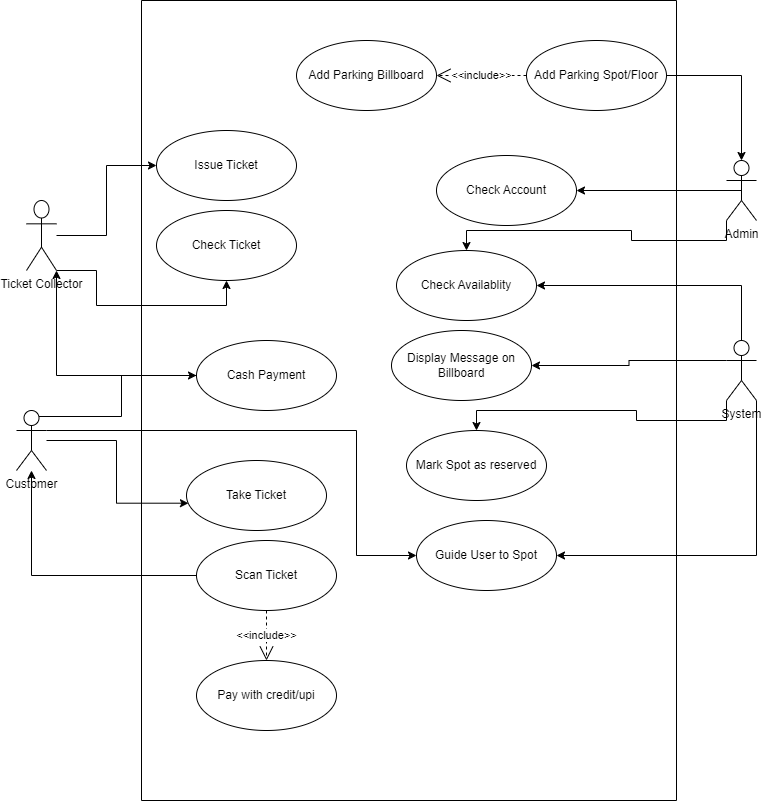
This is parking.drawio.png from vikassrathi/UML, a draw.io export, as it was before one commit. Source tidied: cells renumbered, new cells last; positions are measured from the earlier drawing's top-left corner, leaving out a move shared by most shapes. The source it was exported from:
```xml
<mxGraphModel>
  <root>
    <mxCell id="0" />
    <mxCell id="1" parent="0" />
    <mxCell id="2" style="edgeStyle=orthogonalEdgeStyle;rounded=0;jettySize=auto;html=1;entryX=0.014;entryY=0.61;entryDx=0;entryDy=0;entryPerimeter=0;" parent="1" edge="1" source="5" target="33">
      <mxGeometry relative="1" as="geometry" />
    </mxCell>
    <mxCell id="3" style="edgeStyle=orthogonalEdgeStyle;rounded=0;jettySize=auto;html=1;exitX=0.75;exitY=0.1;exitDx=0;exitDy=0;exitPerimeter=0;entryX=0;entryY=0.5;entryDx=0;entryDy=0;" parent="1" edge="1" source="5" target="34">
      <mxGeometry relative="1" as="geometry" />
    </mxCell>
    <mxCell id="4" style="edgeStyle=orthogonalEdgeStyle;rounded=0;jettySize=auto;html=1;exitX=1;exitY=0.3333333333333333;exitDx=0;exitDy=0;exitPerimeter=0;" parent="1" edge="1" source="5" target="25">
      <mxGeometry relative="1" as="geometry">
        <Array as="points">
          <mxPoint x="340" y="430" />
          <mxPoint x="340" y="555" />
        </Array>
      </mxGeometry>
    </mxCell>
    <mxCell id="5" value="Customer&lt;div&gt;&lt;br&gt;&lt;/div&gt;" style="shape=umlActor;verticalLabelPosition=bottom;verticalAlign=top;html=1;" parent="1" vertex="1">
      <mxGeometry y="410" width="30" height="60" as="geometry" />
    </mxCell>
    <mxCell id="6" value="Check Ticket" style="ellipse;whiteSpace=wrap;html=1;" parent="1" vertex="1">
      <mxGeometry x="140" y="210" width="140" height="70" as="geometry" />
    </mxCell>
    <mxCell id="7" value="Issue Ticket" style="ellipse;whiteSpace=wrap;html=1;" parent="1" vertex="1">
      <mxGeometry x="140" y="130" width="140" height="70" as="geometry" />
    </mxCell>
    <mxCell id="8" style="edgeStyle=orthogonalEdgeStyle;rounded=0;jettySize=auto;html=1;" parent="1" edge="1" source="10" target="7">
      <mxGeometry relative="1" as="geometry" />
    </mxCell>
    <mxCell id="9" style="edgeStyle=orthogonalEdgeStyle;rounded=0;jettySize=auto;html=1;exitX=1;exitY=1;exitDx=0;exitDy=0;exitPerimeter=0;" parent="1" edge="1" source="10" target="6">
      <mxGeometry relative="1" as="geometry">
        <Array as="points">
          <mxPoint x="80" y="270" />
          <mxPoint x="80" y="305" />
        </Array>
      </mxGeometry>
    </mxCell>
    <mxCell id="10" value="Ticket Collector" style="shape=umlActor;verticalLabelPosition=bottom;verticalAlign=top;html=1;" parent="1" vertex="1">
      <mxGeometry x="10" y="200" width="30" height="70" as="geometry" />
    </mxCell>
    <mxCell id="11" style="edgeStyle=orthogonalEdgeStyle;rounded=0;jettySize=auto;html=1;exitX=0.5;exitY=0.5;exitDx=0;exitDy=0;exitPerimeter=0;" parent="1" edge="1" source="13" target="19">
      <mxGeometry relative="1" as="geometry" />
    </mxCell>
    <mxCell id="12" style="edgeStyle=orthogonalEdgeStyle;rounded=0;jettySize=auto;html=1;exitX=0;exitY=1;exitDx=0;exitDy=0;exitPerimeter=0;" parent="1" edge="1" source="13" target="20">
      <mxGeometry relative="1" as="geometry" />
    </mxCell>
    <mxCell id="13" value="Admin" style="shape=umlActor;verticalLabelPosition=bottom;verticalAlign=top;html=1;" parent="1" vertex="1">
      <mxGeometry x="710" y="160" width="30" height="60" as="geometry" />
    </mxCell>
    <mxCell id="14" style="edgeStyle=orthogonalEdgeStyle;rounded=0;jettySize=auto;html=1;exitX=0.5;exitY=0;exitDx=0;exitDy=0;exitPerimeter=0;entryX=1;entryY=0.5;entryDx=0;entryDy=0;" parent="1" edge="1" source="18" target="20">
      <mxGeometry relative="1" as="geometry" />
    </mxCell>
    <mxCell id="15" style="edgeStyle=orthogonalEdgeStyle;rounded=0;jettySize=auto;html=1;exitX=0;exitY=0.3333333333333333;exitDx=0;exitDy=0;exitPerimeter=0;entryX=1;entryY=0.5;entryDx=0;entryDy=0;" parent="1" edge="1" source="18" target="21">
      <mxGeometry relative="1" as="geometry" />
    </mxCell>
    <mxCell id="16" style="edgeStyle=orthogonalEdgeStyle;rounded=0;jettySize=auto;html=1;exitX=0;exitY=1;exitDx=0;exitDy=0;exitPerimeter=0;entryX=0.5;entryY=0;entryDx=0;entryDy=0;" parent="1" edge="1" source="18" target="24">
      <mxGeometry relative="1" as="geometry" />
    </mxCell>
    <mxCell id="17" style="edgeStyle=orthogonalEdgeStyle;rounded=0;jettySize=auto;html=1;exitX=1;exitY=1;exitDx=0;exitDy=0;exitPerimeter=0;entryX=1;entryY=0.5;entryDx=0;entryDy=0;" parent="1" edge="1" source="18" target="25">
      <mxGeometry relative="1" as="geometry" />
    </mxCell>
    <mxCell id="18" value="System" style="shape=umlActor;verticalLabelPosition=bottom;verticalAlign=top;html=1;" parent="1" vertex="1">
      <mxGeometry x="710" y="340" width="30" height="60" as="geometry" />
    </mxCell>
    <mxCell id="19" value="Check Account" style="ellipse;whiteSpace=wrap;html=1;" parent="1" vertex="1">
      <mxGeometry x="420" y="155" width="140" height="70" as="geometry" />
    </mxCell>
    <mxCell id="20" value="Check Availablity" style="ellipse;whiteSpace=wrap;html=1;" parent="1" vertex="1">
      <mxGeometry x="380" y="250" width="140" height="70" as="geometry" />
    </mxCell>
    <mxCell id="21" value="Display Message on Billboard" style="ellipse;whiteSpace=wrap;html=1;" parent="1" vertex="1">
      <mxGeometry x="375" y="330" width="140" height="70" as="geometry" />
    </mxCell>
    <mxCell id="22" style="edgeStyle=orthogonalEdgeStyle;rounded=0;jettySize=auto;html=1;" parent="1" edge="1" source="31" target="5">
      <mxGeometry relative="1" as="geometry" />
    </mxCell>
    <mxCell id="23" style="edgeStyle=orthogonalEdgeStyle;rounded=0;jettySize=auto;html=1;entryX=1;entryY=1;entryDx=0;entryDy=0;entryPerimeter=0;" parent="1" edge="1" source="34" target="10">
      <mxGeometry relative="1" as="geometry" />
    </mxCell>
    <mxCell id="24" value="Mark Spot as reserved" style="ellipse;whiteSpace=wrap;html=1;" parent="1" vertex="1">
      <mxGeometry x="390" y="430" width="140" height="70" as="geometry" />
    </mxCell>
    <mxCell id="25" value="Guide User to Spot" style="ellipse;whiteSpace=wrap;html=1;" parent="1" vertex="1">
      <mxGeometry x="400" y="520" width="140" height="70" as="geometry" />
    </mxCell>
    <mxCell id="26" style="swimlane;startSize=0;" parent="1" vertex="1">
      <mxGeometry x="125" width="535" height="800" as="geometry" />
    </mxCell>
    <mxCell id="27" value="Add Parking Spot/Floor" style="ellipse;whiteSpace=wrap;html=1;" parent="26" vertex="1">
      <mxGeometry x="385" y="40" width="140" height="70" as="geometry" />
    </mxCell>
    <mxCell id="28" value="Add Parking Billboard" style="ellipse;whiteSpace=wrap;html=1;" parent="26" vertex="1">
      <mxGeometry x="155" y="40" width="140" height="70" as="geometry" />
    </mxCell>
    <mxCell id="29" value="&amp;lt;&amp;lt;include&amp;gt;&amp;gt;" style="endArrow=open;endSize=12;dashed=1;html=1;rounded=0;exitX=0;exitY=0.5;exitDx=0;exitDy=0;" parent="26" edge="1" source="27" target="28">
      <mxGeometry relative="1" as="geometry" />
    </mxCell>
    <mxCell id="30" value="Pay with credit/upi" style="ellipse;whiteSpace=wrap;html=1;" parent="26" vertex="1">
      <mxGeometry x="55" y="660" width="140" height="70" as="geometry" />
    </mxCell>
    <mxCell id="31" value="Scan Ticket" style="ellipse;whiteSpace=wrap;html=1;" parent="26" vertex="1">
      <mxGeometry x="55" y="540" width="140" height="70" as="geometry" />
    </mxCell>
    <mxCell id="32" value="&amp;lt;&amp;lt;include&amp;gt;&amp;gt;" style="endArrow=open;endSize=12;dashed=1;html=1;rounded=0;exitX=0.5;exitY=1;exitDx=0;exitDy=0;entryX=0.5;entryY=0;entryDx=0;entryDy=0;" parent="26" edge="1" source="31" target="30">
      <mxGeometry relative="1" as="geometry" />
    </mxCell>
    <mxCell id="33" value="Take Ticket" style="ellipse;whiteSpace=wrap;html=1;" parent="26" vertex="1">
      <mxGeometry x="45" y="460" width="140" height="70" as="geometry" />
    </mxCell>
    <mxCell id="34" value="Cash Payment" style="ellipse;whiteSpace=wrap;html=1;" parent="26" vertex="1">
      <mxGeometry x="55" y="340" width="140" height="70" as="geometry" />
    </mxCell>
    <mxCell id="35" style="edgeStyle=orthogonalEdgeStyle;rounded=0;jettySize=auto;html=1;exitX=1;exitY=0.5;exitDx=0;exitDy=0;entryX=0.5;entryY=0;entryDx=0;entryDy=0;entryPerimeter=0;" parent="1" edge="1" source="27" target="13">
      <mxGeometry relative="1" as="geometry" />
    </mxCell>
  </root>
</mxGraphModel>
```
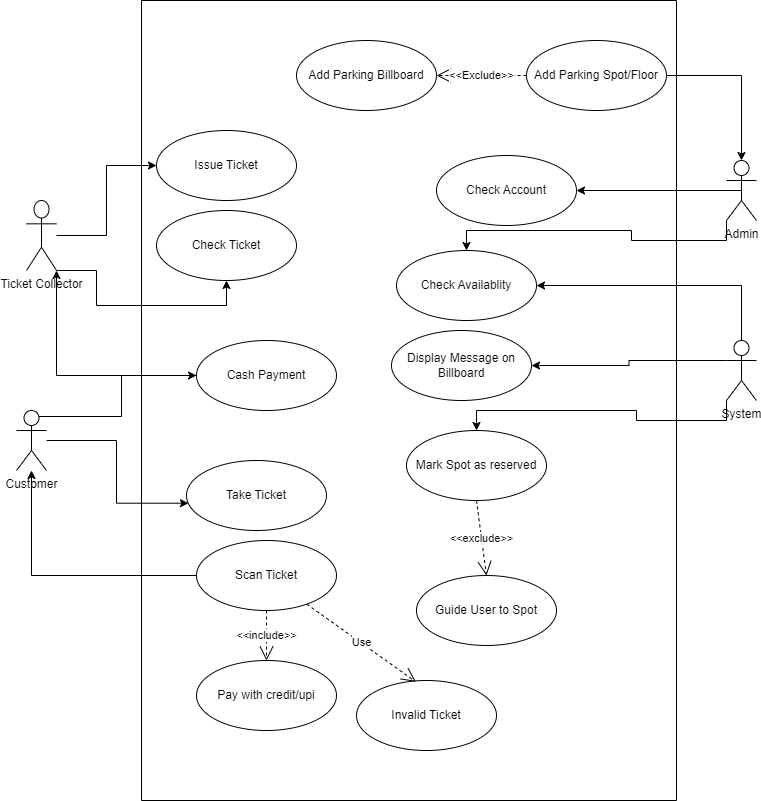
After the change.

The edit, as a diff of the source:
```diff
@@ -8,14 +8,6 @@
     <mxCell id="3" style="edgeStyle=orthogonalEdgeStyle;rounded=0;jettySize=auto;html=1;exitX=0.75;exitY=0.1;exitDx=0;exitDy=0;exitPerimeter=0;entryX=0;entryY=0.5;entryDx=0;entryDy=0;" parent="1" edge="1" source="5" target="34">
       <mxGeometry relative="1" as="geometry" />
     </mxCell>
-    <mxCell id="4" style="edgeStyle=orthogonalEdgeStyle;rounded=0;jettySize=auto;html=1;exitX=1;exitY=0.3333333333333333;exitDx=0;exitDy=0;exitPerimeter=0;" parent="1" edge="1" source="5" target="25">
-      <mxGeometry relative="1" as="geometry">
-        <Array as="points">
-          <mxPoint x="340" y="430" />
-          <mxPoint x="340" y="555" />
-        </Array>
-      </mxGeometry>
-    </mxCell>
     <mxCell id="5" value="Customer&lt;div&gt;&lt;br&gt;&lt;/div&gt;" style="shape=umlActor;verticalLabelPosition=bottom;verticalAlign=top;html=1;" parent="1" vertex="1">
       <mxGeometry y="410" width="30" height="60" as="geometry" />
     </mxCell>
@@ -57,9 +49,6 @@
     <mxCell id="16" style="edgeStyle=orthogonalEdgeStyle;rounded=0;jettySize=auto;html=1;exitX=0;exitY=1;exitDx=0;exitDy=0;exitPerimeter=0;entryX=0.5;entryY=0;entryDx=0;entryDy=0;" parent="1" edge="1" source="18" target="24">
       <mxGeometry relative="1" as="geometry" />
     </mxCell>
-    <mxCell id="17" style="edgeStyle=orthogonalEdgeStyle;rounded=0;jettySize=auto;html=1;exitX=1;exitY=1;exitDx=0;exitDy=0;exitPerimeter=0;entryX=1;entryY=0.5;entryDx=0;entryDy=0;" parent="1" edge="1" source="18" target="25">
-      <mxGeometry relative="1" as="geometry" />
-    </mxCell>
     <mxCell id="18" value="System" style="shape=umlActor;verticalLabelPosition=bottom;verticalAlign=top;html=1;" parent="1" vertex="1">
       <mxGeometry x="710" y="340" width="30" height="60" as="geometry" />
     </mxCell>
@@ -81,9 +70,6 @@
     <mxCell id="24" value="Mark Spot as reserved" style="ellipse;whiteSpace=wrap;html=1;" parent="1" vertex="1">
       <mxGeometry x="390" y="430" width="140" height="70" as="geometry" />
     </mxCell>
-    <mxCell id="25" value="Guide User to Spot" style="ellipse;whiteSpace=wrap;html=1;" parent="1" vertex="1">
-      <mxGeometry x="400" y="520" width="140" height="70" as="geometry" />
-    </mxCell>
     <mxCell id="26" style="swimlane;startSize=0;" parent="1" vertex="1">
       <mxGeometry x="125" width="535" height="800" as="geometry" />
     </mxCell>
@@ -93,7 +79,7 @@
     <mxCell id="28" value="Add Parking Billboard" style="ellipse;whiteSpace=wrap;html=1;" parent="26" vertex="1">
       <mxGeometry x="155" y="40" width="140" height="70" as="geometry" />
     </mxCell>
-    <mxCell id="29" value="&amp;lt;&amp;lt;include&amp;gt;&amp;gt;" style="endArrow=open;endSize=12;dashed=1;html=1;rounded=0;exitX=0;exitY=0.5;exitDx=0;exitDy=0;" parent="26" edge="1" source="27" target="28">
+    <mxCell id="29" value="&amp;lt;&amp;lt;Exclude&amp;gt;&amp;gt;" style="endArrow=open;endSize=12;dashed=1;html=1;rounded=0;exitX=0;exitY=0.5;exitDx=0;exitDy=0;" parent="26" edge="1" source="27" target="28">
       <mxGeometry relative="1" as="geometry" />
     </mxCell>
     <mxCell id="30" value="Pay with credit/upi" style="ellipse;whiteSpace=wrap;html=1;" parent="26" vertex="1">
@@ -111,8 +97,20 @@
     <mxCell id="34" value="Cash Payment" style="ellipse;whiteSpace=wrap;html=1;" parent="26" vertex="1">
       <mxGeometry x="55" y="340" width="140" height="70" as="geometry" />
     </mxCell>
+    <mxCell id="25" value="Guide User to Spot" style="ellipse;whiteSpace=wrap;html=1;" parent="26" vertex="1">
+      <mxGeometry x="275" y="575" width="140" height="70" as="geometry" />
+    </mxCell>
+    <mxCell id="36" value="Invalid Ticket" style="ellipse;whiteSpace=wrap;html=1;" parent="26" vertex="1">
+      <mxGeometry x="215" y="680" width="140" height="70" as="geometry" />
+    </mxCell>
+    <mxCell id="37" value="Use" style="endArrow=open;endSize=12;dashed=1;html=1;rounded=0;entryX=0.424;entryY=0.019;entryDx=0;entryDy=0;entryPerimeter=0;" parent="26" edge="1" source="31" target="36">
+      <mxGeometry relative="1" as="geometry" />
+    </mxCell>
     <mxCell id="35" style="edgeStyle=orthogonalEdgeStyle;rounded=0;jettySize=auto;html=1;exitX=1;exitY=0.5;exitDx=0;exitDy=0;entryX=0.5;entryY=0;entryDx=0;entryDy=0;entryPerimeter=0;" parent="1" edge="1" source="27" target="13">
       <mxGeometry relative="1" as="geometry" />
     </mxCell>
+    <mxCell id="38" value="&amp;lt;&amp;lt;exclude&amp;gt;&amp;gt;" style="endArrow=open;endSize=12;dashed=1;html=1;rounded=0;exitX=0.5;exitY=1;exitDx=0;exitDy=0;entryX=0.5;entryY=0;entryDx=0;entryDy=0;" parent="1" edge="1" source="24" target="25">
+      <mxGeometry relative="1" as="geometry" />
+    </mxCell>
   </root>
 </mxGraphModel>
```
